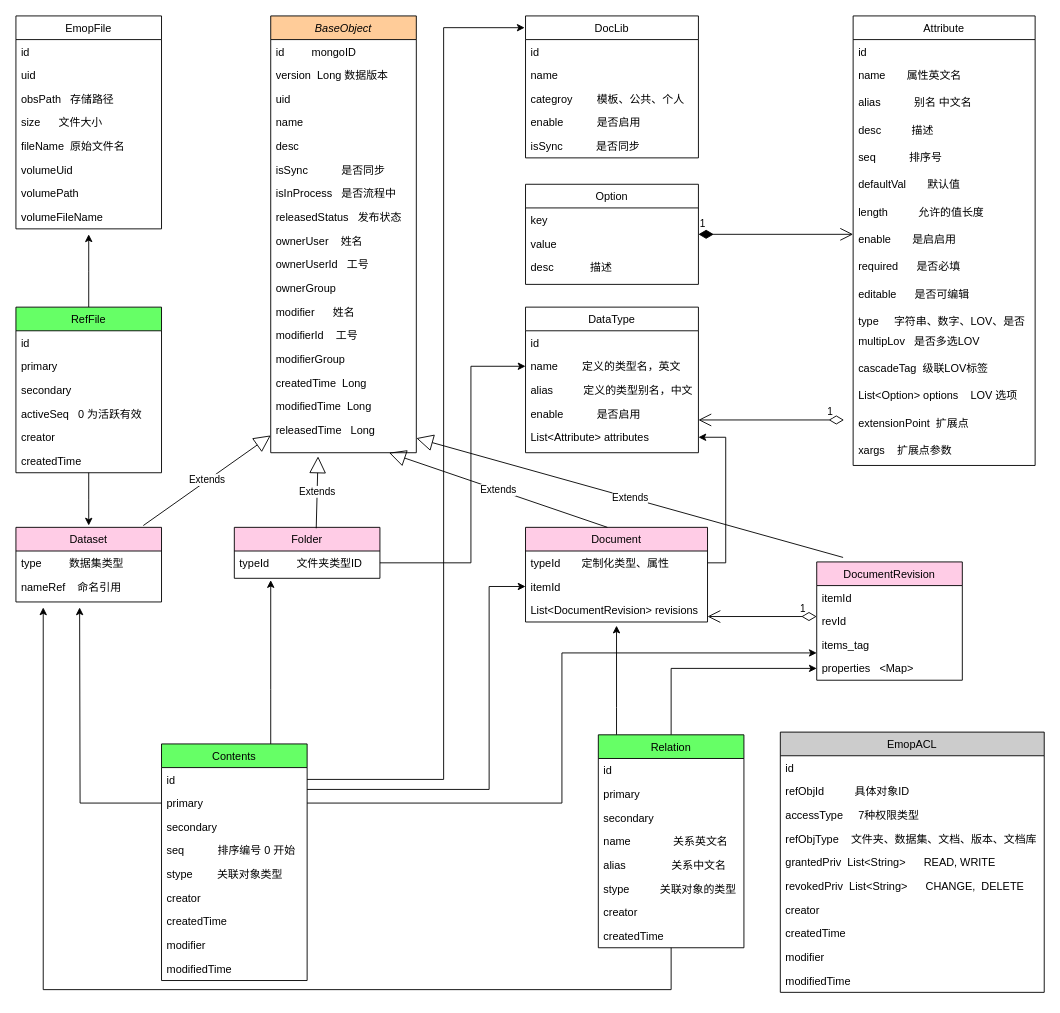
Before: doc.drawio in lvmq/emop, a draw.io diagram. Source tidied: cells renumbered, new cells numbered last; positions are measured from the earlier drawing's top-left corner, leaving out a move shared by most shapes. Both pictures are drawn from the tidied source at 91%, with x=0, y=0 at pixel (15, 15).
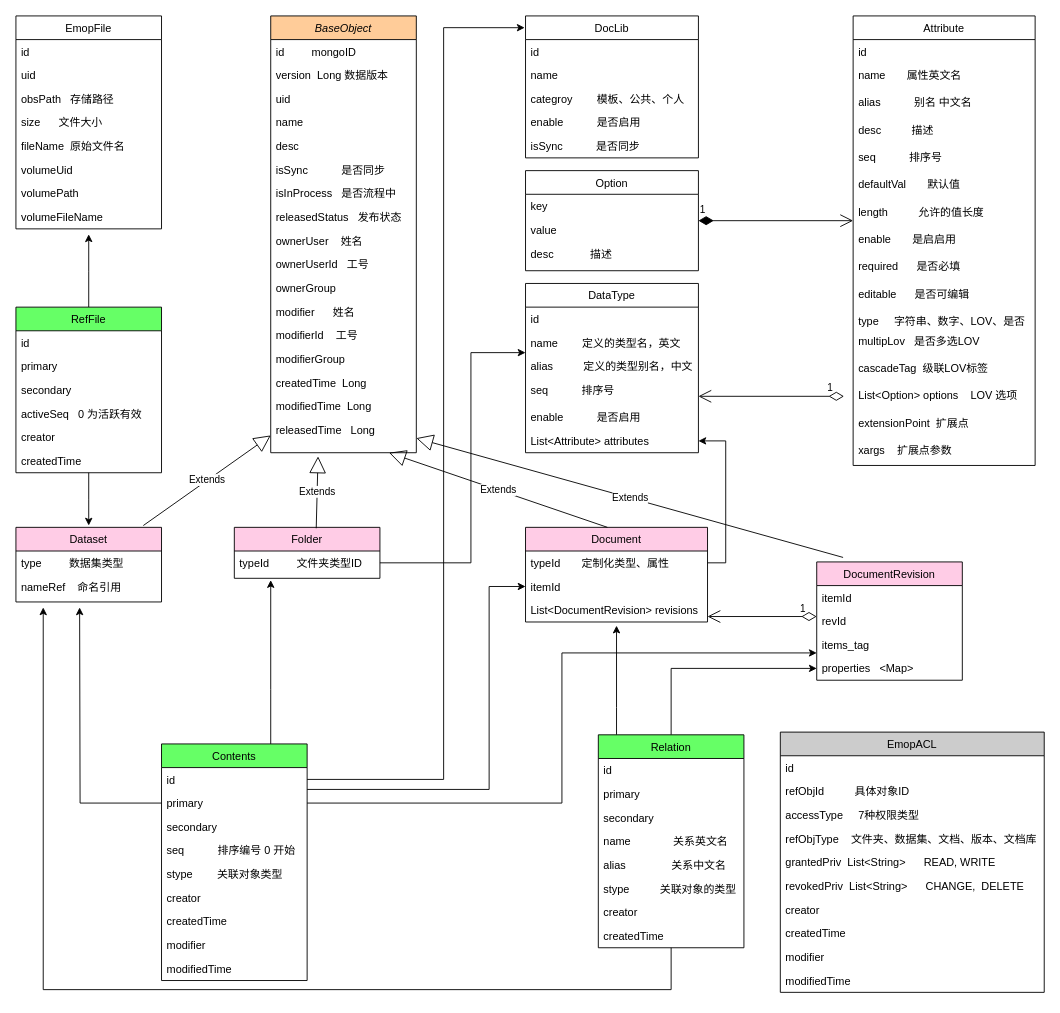
The same page after the edit.

Commit message:
add seq to implement sorted for the data type

Unchanged cells that the change refers to:
```xml
<mxCell id="24" value="typeId         文件夹类型ID" style="text;align=left;verticalAlign=top;spacingLeft=4;spacingRight=4;overflow=hidden;points=[[0,0.5],[1,0.5]];portConstraint=eastwest;" parent="23" vertex="1">
  <mxGeometry y="26" width="160" height="26" as="geometry" />
</mxCell>
<mxCell id="76" value="name        定义的类型名，英文" style="text;align=left;verticalAlign=top;spacingLeft=4;spacingRight=4;overflow=hidden;points=[[0,0.5],[1,0.5]];portConstraint=eastwest;" parent="74" vertex="1">
  <mxGeometry y="52" width="190" height="26" as="geometry" />
</mxCell>
```

Diff of the diagram source:
```diff
@@
     <mxCell id="74" value="DataType" style="swimlane;fontStyle=0;align=center;verticalAlign=top;horizontal=1;startSize=26;rounded=0;shadow=0;strokeWidth=1;" parent="1" vertex="1">
-      <mxGeometry x="560" y="320" width="190" height="160" as="geometry" />
+      <mxGeometry x="560" y="294" width="190" height="186" as="geometry" />
     </mxCell>
@@
+    <mxCell id="132" value="seq           排序号" style="text;align=left;verticalAlign=top;spacingLeft=4;spacingRight=4;overflow=hidden;" parent="74" vertex="1">
+      <mxGeometry y="104" width="190" height="30" as="geometry" />
+    </mxCell>
     <mxCell id="78" value="enable           是否启用" style="text;align=left;verticalAlign=top;spacingLeft=4;spacingRight=4;overflow=hidden;" parent="74" vertex="1">
-      <mxGeometry y="104" width="190" height="26" as="geometry" />
+      <mxGeometry y="134" width="190" height="26" as="geometry" />
     </mxCell>
     <mxCell id="79" value="List&lt;Attribute&gt; attributes" style="text;align=left;verticalAlign=top;spacingLeft=4;spacingRight=4;overflow=hidden;points=[[0,0.5],[1,0.5]];portConstraint=eastwest;" parent="74" vertex="1">
-      <mxGeometry y="130" width="190" height="26" as="geometry" />
+      <mxGeometry y="160" width="190" height="26" as="geometry" />
     </mxCell>
@@
     <mxCell id="97" value="1" style="endArrow=open;html=1;endSize=12;startArrow=diamondThin;startSize=14;startFill=1;edgeStyle=orthogonalEdgeStyle;align=left;verticalAlign=bottom;rounded=0;" parent="1" edge="1">
       <mxGeometry x="-1" y="3" relative="1" as="geometry">
-        <mxPoint x="750" y="240" as="sourcePoint" />
-        <mxPoint x="920" y="240" as="targetPoint" />
+        <mxPoint x="750" y="225" as="sourcePoint" />
+        <mxPoint x="920" y="225" as="targetPoint" />
         <Array as="points">
-          <mxPoint x="910" y="240.5" />
-          <mxPoint x="910" y="240.5" />
+          <mxPoint x="910" y="225.5" />
+          <mxPoint x="910" y="225.5" />
         </Array>
       </mxGeometry>
     </mxCell>
@@
     <mxCell id="104" value="Option" style="swimlane;fontStyle=0;align=center;verticalAlign=top;horizontal=1;startSize=26;rounded=0;shadow=0;strokeWidth=1;" parent="1" vertex="1">
-      <mxGeometry x="560" y="185" width="190" height="110" as="geometry" />
+      <mxGeometry x="560" y="170" width="190" height="110" as="geometry" />
     </mxCell>
@@
     <mxCell id="108" value="1" style="endArrow=open;html=1;endSize=12;startArrow=diamondThin;startSize=14;startFill=0;edgeStyle=orthogonalEdgeStyle;align=left;verticalAlign=bottom;rounded=0;" parent="1" edge="1">
       <mxGeometry x="-0.75" relative="1" as="geometry">
-        <mxPoint x="910" y="444" as="sourcePoint" />
-        <mxPoint x="750" y="444" as="targetPoint" />
+        <mxPoint x="910" y="418" as="sourcePoint" />
+        <mxPoint x="750" y="418" as="targetPoint" />
       </mxGeometry>
     </mxCell>
@@
-    <mxCell id="119" style="edgeStyle=orthogonalEdgeStyle;rounded=0;jettySize=auto;html=1;entryX=0;entryY=0.5;entryDx=0;entryDy=0;" parent="1" edge="1" source="24" target="76">
+    <mxCell id="119" style="edgeStyle=orthogonalEdgeStyle;rounded=0;jettySize=auto;html=1;" parent="1" edge="1" source="24">
       <mxGeometry relative="1" as="geometry">
+        <mxPoint x="560" y="370" as="targetPoint" />
         <Array as="points">
           <mxPoint x="500" y="601" />
-          <mxPoint x="500" y="385" />
+          <mxPoint x="500" y="370" />
+          <mxPoint x="560" y="370" />
         </Array>
       </mxGeometry>
     </mxCell>
```
